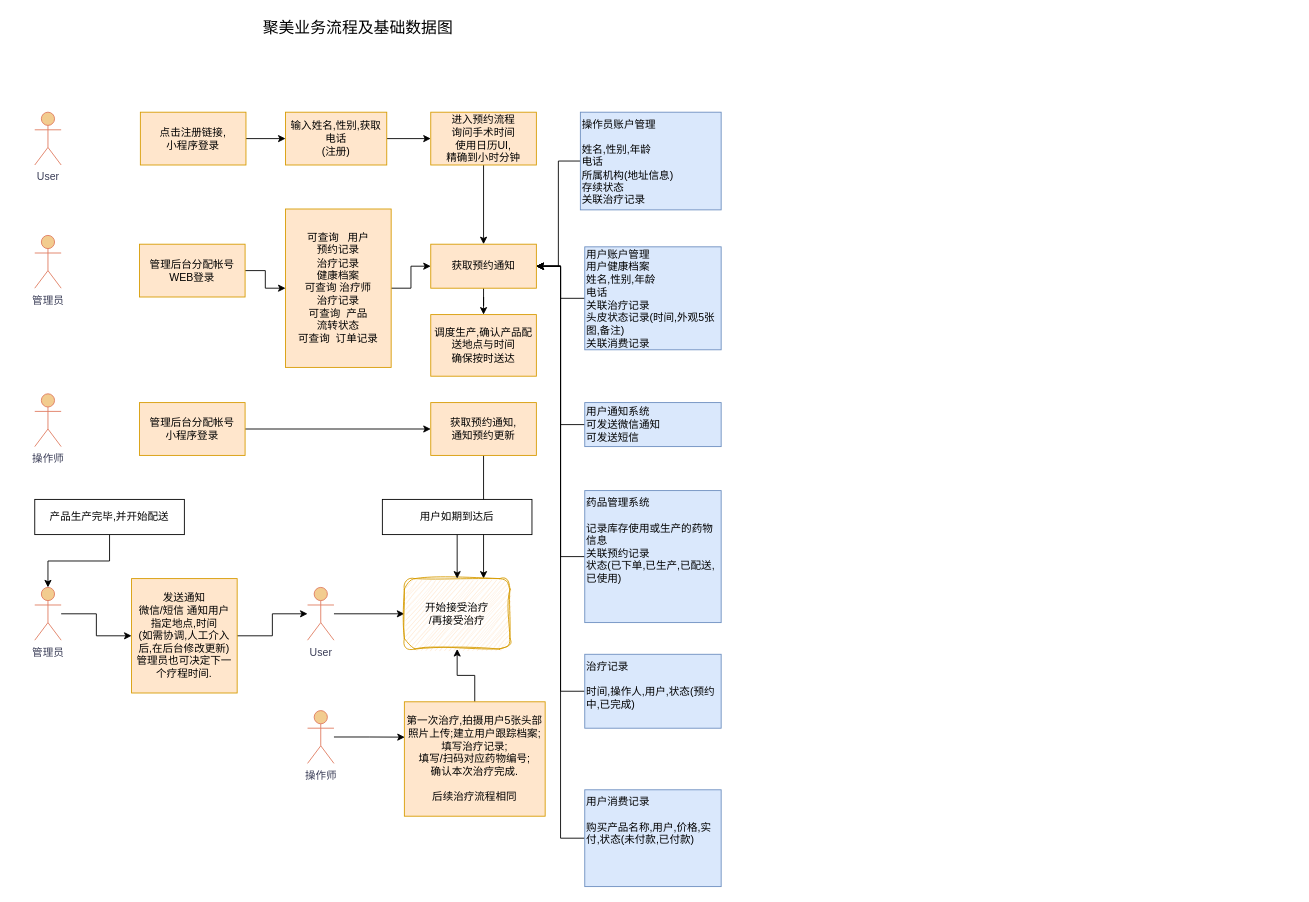
This is huaqinApp.drawio from 42atom/desgindata, a draw.io file, before an edit. Source tidied: cells renumbered, new cells numbered last; positions are measured from the earlier drawing's top-left corner, leaving out a move shared by most shapes. Both pictures are drawn from the tidied source at 88%, with x=0, y=0 at pixel (34, 15).
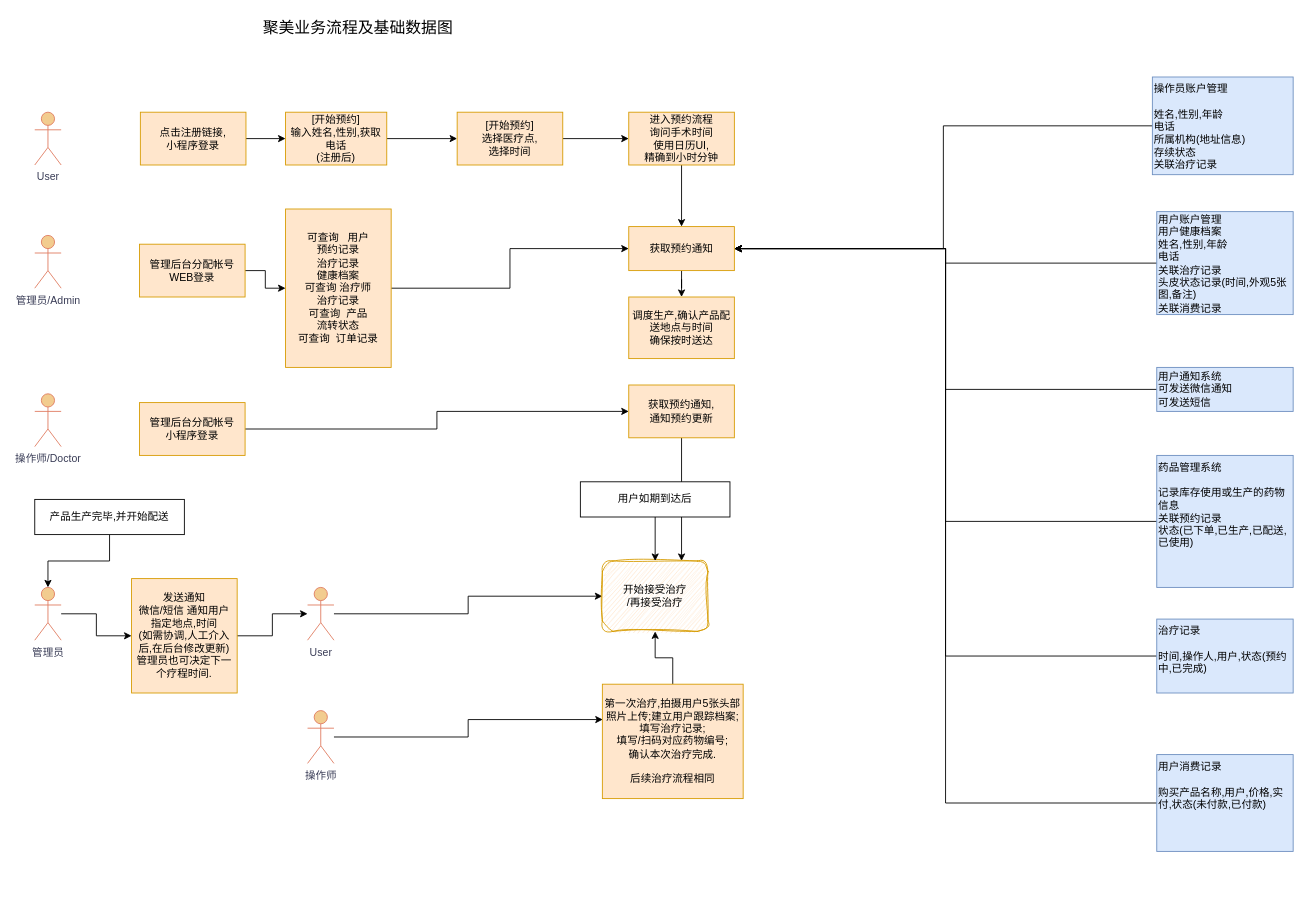
The same diagram, later.

The edit, as a diff of the source:
```diff
@@
-    <mxCell id="5" style="edgeStyle=orthogonalEdgeStyle;rounded=0;jettySize=auto;html=1;entryX=0;entryY=0.5;entryDx=0;entryDy=0;" parent="1" edge="1" source="6" target="8">
+    <mxCell id="5" style="edgeStyle=orthogonalEdgeStyle;rounded=0;jettySize=auto;html=1;entryX=0;entryY=0.5;entryDx=0;entryDy=0;exitX=1;exitY=0.5;exitDx=0;exitDy=0;" parent="1" edge="1" source="51" target="8">
       <mxGeometry relative="1" as="geometry" />
     </mxCell>
+    <mxCell id="50" style="edgeStyle=orthogonalEdgeStyle;rounded=0;jettySize=auto;html=1;" parent="1" edge="1" source="6" target="51">
+      <mxGeometry relative="1" as="geometry" />
+    </mxCell>
-    <mxCell id="6" value="输入姓名,性别,获取电话&lt;br&gt;(注册)" style="rounded=0;whiteSpace=wrap;html=1;fillColor=#ffe6cc;strokeColor=#d79b00;" parent="1" vertex="1">
+    <mxCell id="6" value="[开始预约]&lt;br&gt;输入姓名,性别,获取电话&lt;br&gt;(注册后)" style="rounded=0;whiteSpace=wrap;html=1;fillColor=#ffe6cc;strokeColor=#d79b00;" parent="1" vertex="1">
       <mxGeometry x="285" y="110" width="115" height="60" as="geometry" />
     </mxCell>
@@
     <mxCell id="8" value="进入预约流程&lt;br&gt;询问手术时间&lt;br&gt;使用日历UI,&lt;br&gt;精确到小时分钟" style="rounded=0;whiteSpace=wrap;html=1;fillColor=#ffe6cc;strokeColor=#d79b00;" parent="1" vertex="1">
-      <mxGeometry x="450" y="110" width="120" height="60" as="geometry" />
+      <mxGeometry x="675" y="110" width="120" height="60" as="geometry" />
     </mxCell>
-    <mxCell id="9" value="管理员" style="shape=umlActor;verticalLabelPosition=bottom;verticalAlign=top;html=1;labelBackgroundColor=none;fillColor=#F2CC8F;strokeColor=#E07A5F;fontColor=#393C56;" parent="1" vertex="1">
+    <mxCell id="9" value="管理员/Admin" style="shape=umlActor;verticalLabelPosition=bottom;verticalAlign=top;html=1;labelBackgroundColor=none;fillColor=#F2CC8F;strokeColor=#E07A5F;fontColor=#393C56;" parent="1" vertex="1">
       <mxGeometry y="250" width="30" height="60" as="geometry" />
     </mxCell>
@@
     <mxCell id="13" value="获取预约通知" style="rounded=0;whiteSpace=wrap;html=1;fillColor=#ffe6cc;strokeColor=#d79b00;" parent="1" vertex="1">
-      <mxGeometry x="450" y="260" width="120" height="50" as="geometry" />
+      <mxGeometry x="675" y="240" width="120" height="50" as="geometry" />
     </mxCell>
-    <mxCell id="14" value="操作师" style="shape=umlActor;verticalLabelPosition=bottom;verticalAlign=top;html=1;labelBackgroundColor=none;fillColor=#F2CC8F;strokeColor=#E07A5F;fontColor=#393C56;" parent="1" vertex="1">
+    <mxCell id="14" value="操作师/Doctor" style="shape=umlActor;verticalLabelPosition=bottom;verticalAlign=top;html=1;labelBackgroundColor=none;fillColor=#F2CC8F;strokeColor=#E07A5F;fontColor=#393C56;" parent="1" vertex="1">
       <mxGeometry y="430" width="30" height="60" as="geometry" />
     </mxCell>
     <mxCell id="15" value="调度生产,确认产品配送地点与时间&lt;br&gt;确保按时送达" style="rounded=0;whiteSpace=wrap;html=1;fillColor=#ffe6cc;strokeColor=#d79b00;" parent="1" vertex="1">
-      <mxGeometry x="450" y="340" width="120" height="70" as="geometry" />
+      <mxGeometry x="675" y="320" width="120" height="70" as="geometry" />
     </mxCell>
@@
     <mxCell id="17" value="获取预约通知,&lt;br&gt;通知预约更新" style="rounded=0;whiteSpace=wrap;html=1;fillColor=#ffe6cc;strokeColor=#d79b00;" parent="1" vertex="1">
-      <mxGeometry x="450" y="440" width="120" height="60" as="geometry" />
+      <mxGeometry x="675" y="420" width="120" height="60" as="geometry" />
     </mxCell>
@@
     <mxCell id="30" value="开始接受治疗&lt;br&gt;/再接受治疗" style="rounded=1;whiteSpace=wrap;html=1;fillColor=#ffe6cc;strokeColor=#d79b00;sketch=1;curveFitting=1;jiggle=2;" parent="1" vertex="1">
-      <mxGeometry x="420" y="640" width="120" height="80" as="geometry" />
+      <mxGeometry x="645" y="620" width="120" height="80" as="geometry" />
     </mxCell>
@@
     <mxCell id="32" value="用户如期到达后" style="rounded=0;whiteSpace=wrap;html=1;" parent="1" vertex="1">
-      <mxGeometry x="395" y="550" width="170" height="40" as="geometry" />
+      <mxGeometry x="620" y="530" width="170" height="40" as="geometry" />
     </mxCell>
@@
     <mxCell id="35" value="第一次治疗,拍摄用户5张头部照片上传;建立用户跟踪档案;&lt;br&gt;填写治疗记录;&lt;br&gt;填写/扫码对应药物编号;&lt;br&gt;确认本次治疗完成.&lt;br&gt;&lt;br&gt;后续治疗流程相同" style="rounded=0;whiteSpace=wrap;html=1;fillColor=#ffe6cc;strokeColor=#d79b00;" parent="1" vertex="1">
-      <mxGeometry x="420" y="780" width="160" height="130" as="geometry" />
+      <mxGeometry x="645" y="760" width="160" height="130" as="geometry" />
     </mxCell>
@@
     <mxCell id="38" value="用户通知系统&lt;br&gt;可发送微信通知&lt;br&gt;可发送短信" style="rounded=0;whiteSpace=wrap;html=1;fillColor=#dae8fc;strokeColor=#6c8ebf;align=left;" parent="1" vertex="1">
-      <mxGeometry x="625" y="440" width="155" height="50" as="geometry" />
+      <mxGeometry x="1275" y="400" width="155" height="50" as="geometry" />
     </mxCell>
@@
     <mxCell id="40" value="药品管理系统&lt;br&gt;&lt;br&gt;记录库存使用或生产的药物信息&lt;br&gt;关联预约记录&lt;br&gt;状态(已下单,已生产,已配送,已使用)" style="rounded=0;whiteSpace=wrap;html=1;fillColor=#dae8fc;strokeColor=#6c8ebf;align=left;verticalAlign=top;" parent="1" vertex="1">
-      <mxGeometry x="625" y="540" width="155" height="150" as="geometry" />
+      <mxGeometry x="1275" y="500" width="155" height="150" as="geometry" />
     </mxCell>
@@
     <mxCell id="42" value="用户账户管理&lt;br&gt;用户健康档案&lt;br&gt;姓名,性别,年龄&lt;br style=&quot;border-color: var(--border-color);&quot;&gt;电话&lt;br style=&quot;border-color: var(--border-color);&quot;&gt;关联治疗记录&lt;br&gt;头皮状态记录(时间,外观5张图,备注)&lt;br&gt;关联消费记录" style="rounded=0;whiteSpace=wrap;html=1;fillColor=#dae8fc;strokeColor=#6c8ebf;align=left;" parent="1" vertex="1">
-      <mxGeometry x="625" y="263" width="155" height="117" as="geometry" />
+      <mxGeometry x="1275" y="223" width="155" height="117" as="geometry" />
     </mxCell>
@@
     <mxCell id="44" value="用户消费记录&lt;br&gt;&lt;br&gt;购买产品名称,用户,价格,实付,状态(未付款,已付款)" style="rounded=0;whiteSpace=wrap;html=1;fillColor=#dae8fc;strokeColor=#6c8ebf;align=left;verticalAlign=top;" parent="1" vertex="1">
-      <mxGeometry x="625" y="880" width="155" height="110" as="geometry" />
+      <mxGeometry x="1275" y="840" width="155" height="110" as="geometry" />
     </mxCell>
@@
     <mxCell id="46" value="治疗记录&lt;br&gt;&lt;br&gt;时间,操作人,用户,状态(预约中,已完成)" style="rounded=0;whiteSpace=wrap;html=1;fillColor=#dae8fc;strokeColor=#6c8ebf;align=left;verticalAlign=top;" parent="1" vertex="1">
-      <mxGeometry x="625" y="726" width="155" height="84" as="geometry" />
+      <mxGeometry x="1275" y="686" width="155" height="84" as="geometry" />
     </mxCell>
@@
     <mxCell id="48" value="操作员账户管理&lt;br&gt;&lt;br&gt;姓名,性别,年龄&lt;br&gt;电话&lt;br&gt;所属机构(地址信息)&lt;br&gt;存续状态&lt;br&gt;关联治疗记录" style="rounded=0;whiteSpace=wrap;html=1;fillColor=#dae8fc;strokeColor=#6c8ebf;verticalAlign=top;align=left;" parent="1" vertex="1">
-      <mxGeometry x="620" y="110" width="160" height="111" as="geometry" />
+      <mxGeometry x="1270" y="70" width="160" height="111" as="geometry" />
     </mxCell>
@@
+    <mxCell id="51" value="[开始预约]&lt;br&gt;选择医疗点,&lt;br&gt;选择时间" style="rounded=0;whiteSpace=wrap;html=1;fillColor=#ffe6cc;strokeColor=#d79b00;" parent="1" vertex="1">
+      <mxGeometry x="480" y="110" width="120" height="60" as="geometry" />
+    </mxCell>
```
